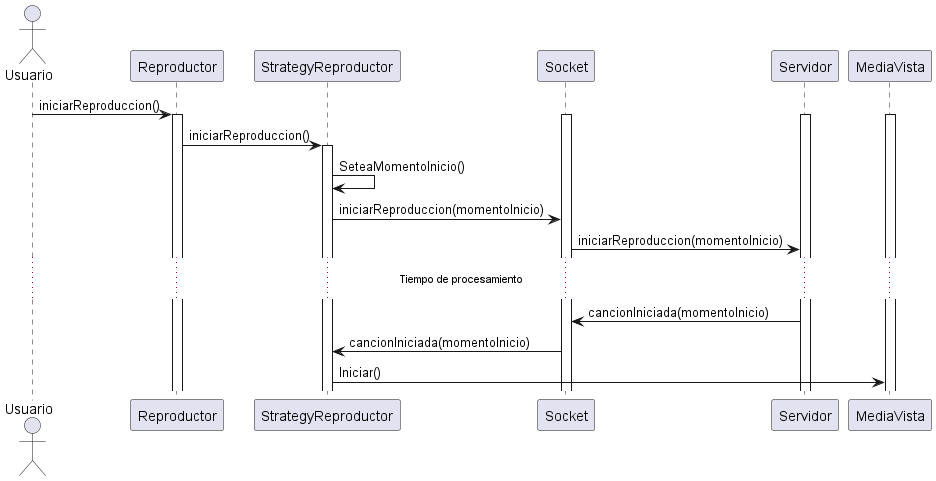
This is out/diaguml/diagrama-secuencia-iniciarcanciondistribuido/diagrama-secuencia-iniciarcanciondistribuido.png from LuisWaldman/fogon-documentacion, a PlantUML export, as it was before one commit.
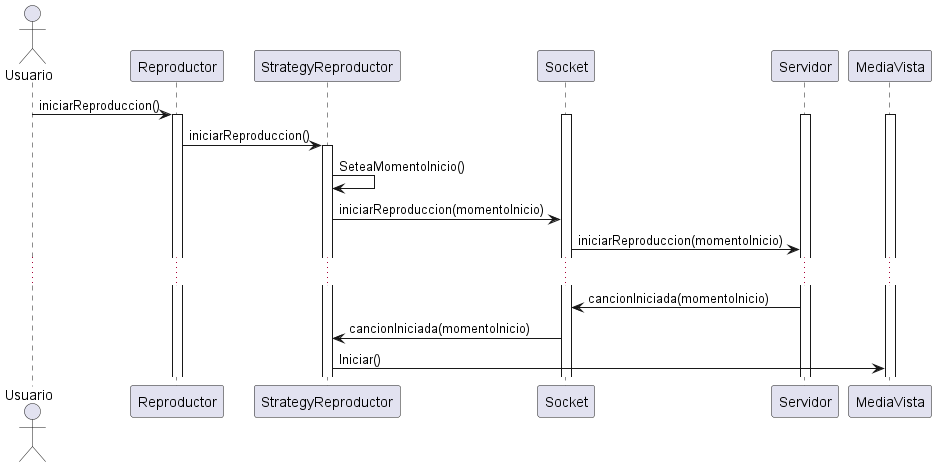
After the change.

Change to the diagram source:
```diff
@@ -20,7 +20,7 @@
 Strategy -> Socket: iniciarReproduccion(momentoInicio)
 Socket -> Servidor: iniciarReproduccion(momentoInicio)
 
-...Tiempo de procesamiento...
+......
 
 Servidor -> Socket: cancionIniciada(momentoInicio)
 Socket -> Strategy: cancionIniciada(momentoInicio)
```
